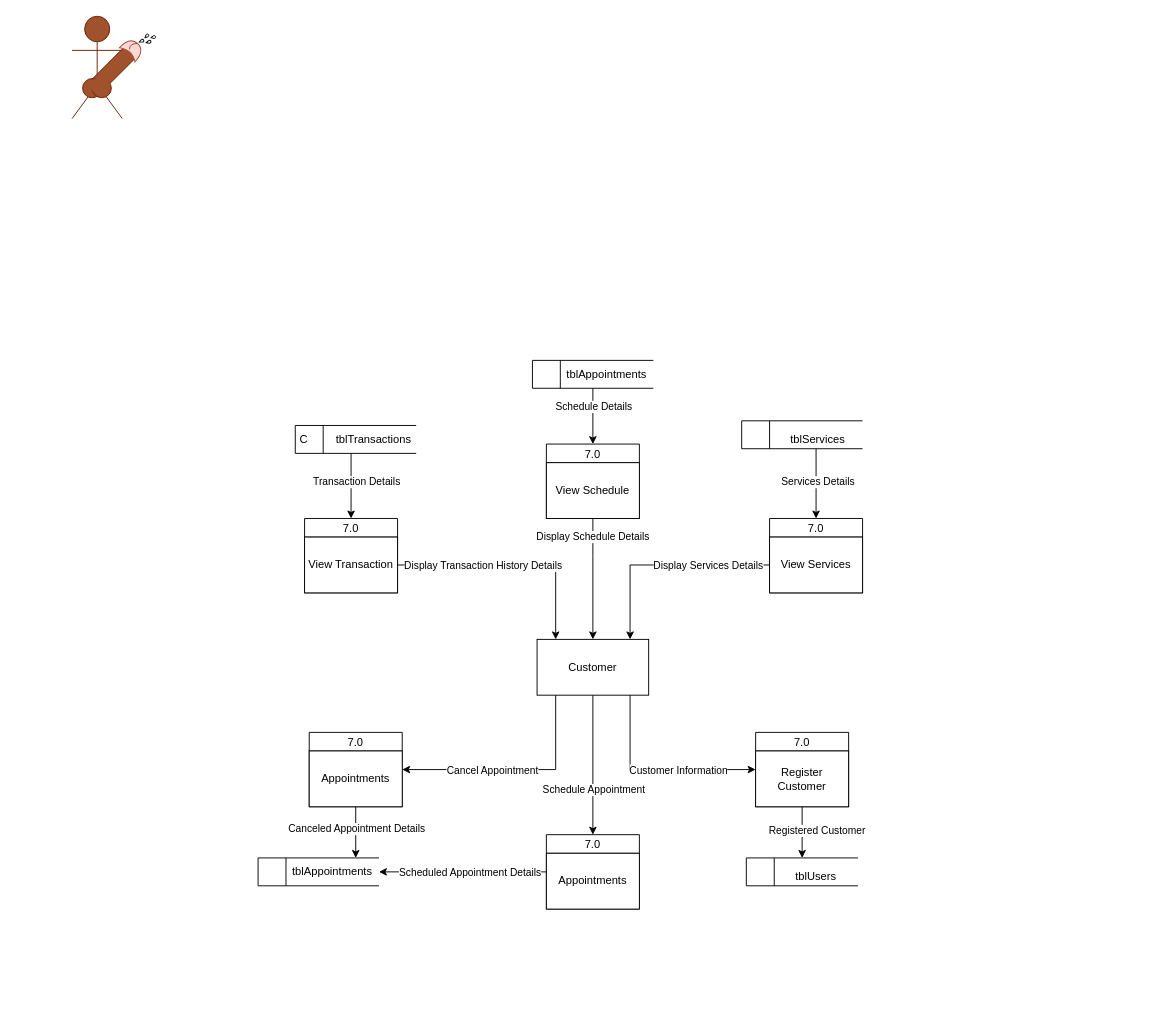
iampotato16/AppointCut keeps this draw.io diagram as page "Customer" (4 of 5) of Diagrams/Data flow.drawio. Above is the earlier version. Source tidied: cells renumbered, new cells numbered last; positions are measured from the earlier drawing's top-left corner, leaving out a move shared by most shapes. Both pictures are drawn from the tidied source at 93%, with x=0, y=0 at pixel (72, 16).
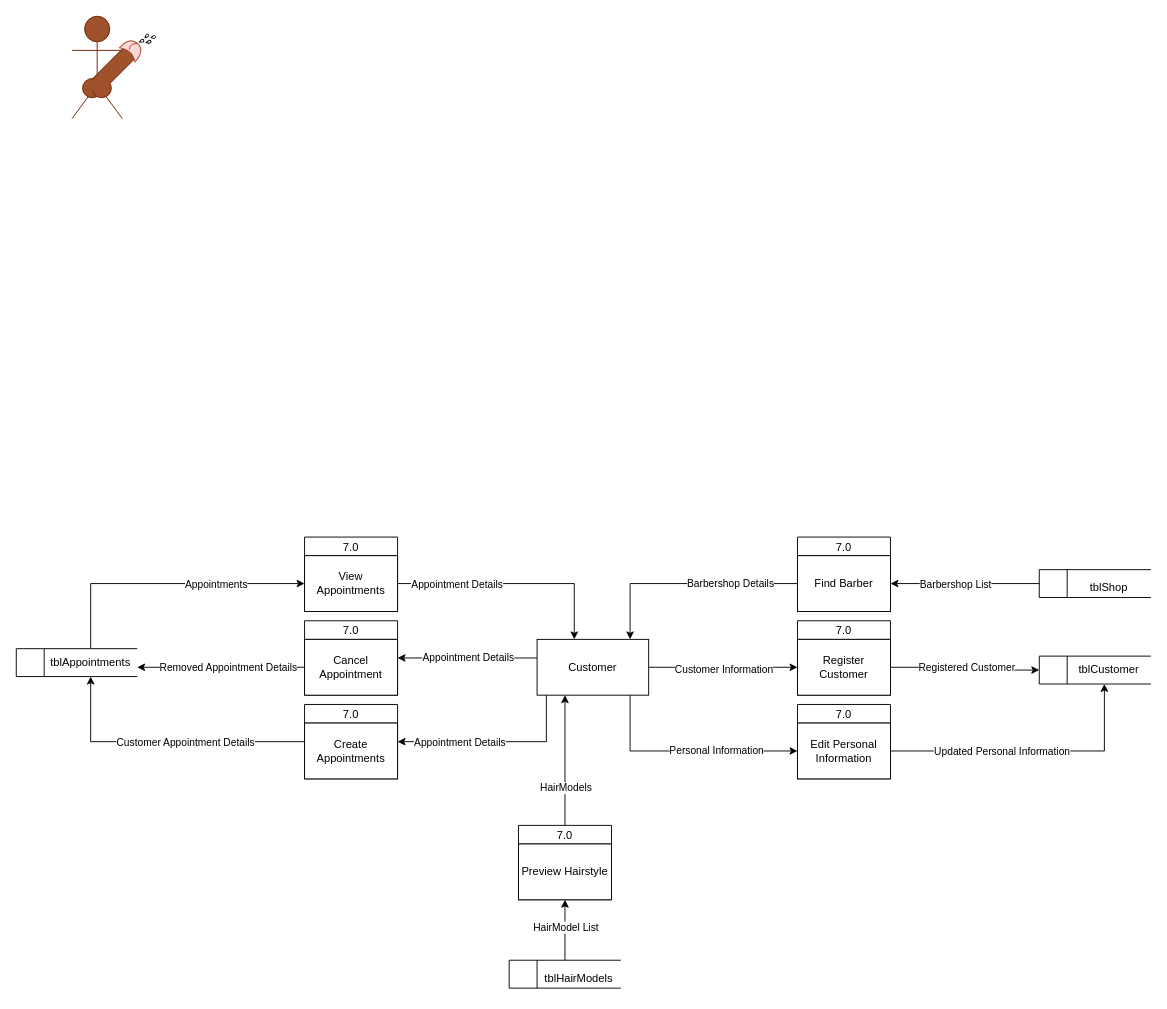
The same diagram, later.

Unchanged cells that the change refers to:
```xml
<mxCell id="21" value="&lt;div&gt;Customer&lt;/div&gt;" style="rounded=0;whiteSpace=wrap;html=1;" parent="1" vertex="1">
  <mxGeometry x="500" y="670" width="120" height="60" as="geometry" />
</mxCell>
<mxCell id="49" value="Register Customer" style="rounded=0;whiteSpace=wrap;html=1;" parent="48" vertex="1">
  <mxGeometry y="20" width="100" height="60" as="geometry" />
</mxCell>
<mxCell id="59" value="tblAppointments" style="text;html=1;strokeColor=none;fillColor=none;align=center;verticalAlign=middle;whiteSpace=wrap;rounded=0;sketch=0;" parent="57" vertex="1">
  <mxGeometry x="30" width="100" height="30" as="geometry" />
</mxCell>
```

The edit, as a diff of the source:
```diff
@@
+    <mxCell id="53" style="html=1;dashed=0;whitespace=wrap;shape=mxgraph.dfd.dataStoreID;align=left;spacingLeft=3;points=[[0,0],[0.5,0],[1,0],[0,0.5],[1,0.5],[0,1],[0.5,1],[1,1]];sketch=0;" parent="1" vertex="1">
+      <mxGeometry x="1040" y="688" width="120" height="30" as="geometry" />
+    </mxCell>
@@
     <mxCell id="15" style="edgeStyle=orthogonalEdgeStyle;rounded=0;jettySize=auto;html=1;" parent="1" edge="1" source="21" target="48">
       <mxGeometry relative="1" as="geometry">
         <Array as="points">
-          <mxPoint x="600" y="810" />
+          <mxPoint x="780" y="700" />
+          <mxPoint x="780" y="700" />
         </Array>
       </mxGeometry>
     </mxCell>
     <mxCell id="16" value="Customer Information" style="edgeLabel;html=1;align=center;verticalAlign=middle;" parent="15" vertex="1">
       <mxGeometry x="-0.19" relative="1" as="geometry">
-        <mxPoint x="44" as="offset" />
+        <mxPoint x="15" y="2" as="offset" />
       </mxGeometry>
     </mxCell>
     <mxCell id="17" style="edgeStyle=orthogonalEdgeStyle;rounded=0;jettySize=auto;html=1;" parent="1" edge="1" source="21" target="55">
       <mxGeometry relative="1" as="geometry">
         <Array as="points">
-          <mxPoint x="560" y="730" />
+          <mxPoint x="510" y="780" />
         </Array>
       </mxGeometry>
     </mxCell>
-    <mxCell id="18" value="Schedule Appointment" style="edgeLabel;html=1;align=center;verticalAlign=middle;" parent="17" vertex="1">
+    <mxCell id="18" value="Appointment Details" style="edgeLabel;html=1;align=center;verticalAlign=middle;" parent="17" vertex="1">
       <mxGeometry x="-0.27" relative="1" as="geometry">
-        <mxPoint y="46" as="offset" />
+        <mxPoint x="-67" as="offset" />
       </mxGeometry>
     </mxCell>
-    <mxCell id="19" style="edgeStyle=orthogonalEdgeStyle;rounded=0;jettySize=auto;html=1;" parent="1" edge="1" source="21" target="62">
-      <mxGeometry relative="1" as="geometry">
+    <mxCell id="19" value="Appointment Details" style="edgeStyle=orthogonalEdgeStyle;rounded=0;jettySize=auto;html=1;" parent="1" edge="1" source="21" target="62">
+      <mxGeometry x="-0.03" relative="1" as="geometry">
         <Array as="points">
-          <mxPoint x="520" y="810" />
+          <mxPoint x="420" y="690" />
+          <mxPoint x="420" y="690" />
         </Array>
+        <mxPoint x="-1" as="offset" />
       </mxGeometry>
     </mxCell>
-    <mxCell id="20" value="Cancel Appointment" style="edgeLabel;html=1;align=center;verticalAlign=middle;" parent="19" vertex="1">
-      <mxGeometry x="0.13" y="1" relative="1" as="geometry">
-        <mxPoint x="-11" y="-1" as="offset" />
-      </mxGeometry>
-    </mxCell>
+    <mxCell id="66" value="Barbershop Details" style="edgeStyle=orthogonalEdgeStyle;rounded=0;jettySize=auto;html=1;endArrow=none;endFill=0;startArrow=classic;startFill=1;" parent="1" edge="1" source="21" target="72">
+      <mxGeometry x="0.4" relative="1" as="geometry">
+        <Array as="points">
+          <mxPoint x="600" y="610" />
+        </Array>
+      </mxGeometry>
+    </mxCell>
+    <mxCell id="67" style="edgeStyle=orthogonalEdgeStyle;rounded=0;jettySize=auto;html=1;startArrow=none;startFill=0;endArrow=classic;endFill=1;" parent="1" edge="1" source="21" target="80">
+      <mxGeometry relative="1" as="geometry">
+        <Array as="points">
+          <mxPoint x="600" y="790" />
+        </Array>
+      </mxGeometry>
+    </mxCell>
@@
-    <mxCell id="22" value="7.0" style="swimlane;fontStyle=0;horizontal=1;startSize=20;fillColor=#ffffff;swimlaneFillColor=#ffffff;" parent="1" vertex="1">
-      <mxGeometry x="510" y="460" width="100" height="80" as="geometry" />
-    </mxCell>
-    <mxCell id="23" style="group;" parent="1" vertex="1">
-      <mxGeometry x="495" y="370" width="130" height="30" as="geometry" />
-    </mxCell>
-    <mxCell id="24" style="html=1;dashed=0;whitespace=wrap;shape=mxgraph.dfd.dataStoreID;align=left;spacingLeft=3;sketch=0;" parent="23" vertex="1">
-      <mxGeometry width="130" height="30" as="geometry" />
-    </mxCell>
-    <mxCell id="25" value="tblAppointments" style="text;html=1;strokeColor=none;fillColor=none;align=center;verticalAlign=middle;whiteSpace=wrap;rounded=0;sketch=0;" parent="23" vertex="1">
-      <mxGeometry x="30" width="100" height="30" as="geometry" />
-    </mxCell>
-    <mxCell id="26" value="View Schedule" style="rounded=0;whiteSpace=wrap;html=1;" parent="1" vertex="1">
-      <mxGeometry x="510" y="480" width="100" height="60" as="geometry" />
-    </mxCell>
-    <mxCell id="27" style="edgeStyle=orthogonalEdgeStyle;rounded=0;jettySize=auto;html=1;" parent="1" edge="1" source="25" target="22">
-      <mxGeometry relative="1" as="geometry">
-        <Array as="points">
-          <mxPoint x="560" y="420" />
-          <mxPoint x="560" y="420" />
-        </Array>
-      </mxGeometry>
-    </mxCell>
-    <mxCell id="28" value="Schedule Details" style="edgeLabel;html=1;align=center;verticalAlign=middle;" parent="27" vertex="1">
-      <mxGeometry x="0.33" y="1" relative="1" as="geometry">
-        <mxPoint x="-1" y="-21" as="offset" />
-      </mxGeometry>
-    </mxCell>
-    <mxCell id="29" value="Display Schedule Details" style="edgeStyle=orthogonalEdgeStyle;rounded=0;jettySize=auto;html=1;" parent="1" edge="1" source="26" target="21">
-      <mxGeometry x="-0.69" relative="1" as="geometry">
-        <Array as="points">
-          <mxPoint x="560" y="580" />
-          <mxPoint x="560" y="580" />
-        </Array>
-      </mxGeometry>
-    </mxCell>
-    <mxCell id="30" style="group;" parent="1" vertex="1">
-      <mxGeometry x="720" y="440" width="130" height="30" as="geometry" />
-    </mxCell>
-    <mxCell id="31" style="html=1;dashed=0;whitespace=wrap;shape=mxgraph.dfd.dataStoreID;align=left;spacingLeft=3;points=[[0,0],[0.5,0],[1,0],[0,0.5],[1,0.5],[0,1],[0.5,1],[1,1]];sketch=0;" parent="30" vertex="1">
-      <mxGeometry y="-5" width="130" height="30" as="geometry" />
-    </mxCell>
-    <mxCell id="32" value="tblServices" style="text;html=1;strokeColor=none;fillColor=none;align=center;verticalAlign=middle;whiteSpace=wrap;rounded=0;sketch=0;" parent="30" vertex="1">
-      <mxGeometry x="32.5" width="97.5" height="30" as="geometry" />
-    </mxCell>
-    <mxCell id="33" value="7.0" style="swimlane;fontStyle=0;horizontal=1;startSize=20;fillColor=#ffffff;swimlaneFillColor=#ffffff;" parent="1" vertex="1">
-      <mxGeometry x="750" y="540" width="100" height="80" as="geometry" />
-    </mxCell>
-    <mxCell id="34" style="edgeStyle=orthogonalEdgeStyle;rounded=0;jettySize=auto;html=1;" parent="1" edge="1" source="36" target="21">
-      <mxGeometry relative="1" as="geometry">
-        <Array as="points">
-          <mxPoint x="600" y="590" />
-        </Array>
-      </mxGeometry>
-    </mxCell>
-    <mxCell id="35" value="Display Services Details" style="edgeLabel;html=1;align=center;verticalAlign=middle;" parent="34" vertex="1">
-      <mxGeometry x="-0.58" relative="1" as="geometry">
-        <mxPoint x="-19" as="offset" />
-      </mxGeometry>
-    </mxCell>
-    <mxCell id="36" value="View Services" style="rounded=0;whiteSpace=wrap;html=1;" parent="1" vertex="1">
-      <mxGeometry x="750" y="560" width="100" height="60" as="geometry" />
-    </mxCell>
-    <mxCell id="37" style="edgeStyle=orthogonalEdgeStyle;rounded=0;jettySize=auto;html=1;" parent="1" edge="1" source="31" target="33">
-      <mxGeometry relative="1" as="geometry">
-        <Array as="points">
-          <mxPoint x="800" y="490" />
-          <mxPoint x="800" y="490" />
-        </Array>
-      </mxGeometry>
-    </mxCell>
-    <mxCell id="38" value="Services Details" style="edgeLabel;html=1;align=center;verticalAlign=middle;" parent="37" vertex="1">
-      <mxGeometry x="-0.36" y="-1" relative="1" as="geometry">
-        <mxPoint x="2" y="11" as="offset" />
-      </mxGeometry>
-    </mxCell>
-    <mxCell id="39" style="group;" parent="1" vertex="1">
-      <mxGeometry x="240" y="440" width="130" height="30" as="geometry" />
-    </mxCell>
-    <mxCell id="40" value="C" style="html=1;dashed=0;whitespace=wrap;shape=mxgraph.dfd.dataStoreID;align=left;spacingLeft=3;sketch=0;" parent="39" vertex="1">
-      <mxGeometry width="130" height="30" as="geometry" />
-    </mxCell>
-    <mxCell id="41" value="tblTransactions" style="text;html=1;strokeColor=none;fillColor=none;align=center;verticalAlign=middle;whiteSpace=wrap;rounded=0;sketch=0;" parent="39" vertex="1">
-      <mxGeometry x="39" width="91" height="30" as="geometry" />
-    </mxCell>
     <mxCell id="42" value="7.0" style="swimlane;fontStyle=0;horizontal=1;startSize=20;fillColor=#ffffff;swimlaneFillColor=#ffffff;" parent="1" vertex="1">
-      <mxGeometry x="250" y="540" width="100" height="80" as="geometry" />
+      <mxGeometry x="250" y="560" width="100" height="80" as="geometry" />
     </mxCell>
-    <mxCell id="43" value="View Transaction" style="rounded=0;whiteSpace=wrap;html=1;" parent="42" vertex="1">
+    <mxCell id="43" value="View Appointments" style="rounded=0;whiteSpace=wrap;html=1;" parent="42" vertex="1">
       <mxGeometry y="20" width="100" height="60" as="geometry" />
     </mxCell>
-    <mxCell id="44" style="edgeStyle=orthogonalEdgeStyle;rounded=0;jettySize=auto;html=1;" parent="1" edge="1" source="41" target="42">
+    <mxCell id="44" style="edgeStyle=orthogonalEdgeStyle;rounded=0;jettySize=auto;html=1;" parent="1" edge="1" source="59" target="42">
       <mxGeometry relative="1" as="geometry">
         <Array as="points">
-          <mxPoint x="300" y="490" />
-          <mxPoint x="300" y="490" />
+          <mxPoint x="20" y="610" />
         </Array>
       </mxGeometry>
     </mxCell>
-    <mxCell id="45" value="Transaction Details" style="edgeLabel;html=1;align=center;verticalAlign=middle;" parent="44" vertex="1">
+    <mxCell id="45" value="Appointments" style="edgeLabel;html=1;align=center;verticalAlign=middle;" parent="44" vertex="1">
       <mxGeometry x="-0.34" relative="1" as="geometry">
-        <mxPoint x="5" y="7" as="offset" />
+        <mxPoint x="105" as="offset" />
       </mxGeometry>
     </mxCell>
     <mxCell id="46" style="edgeStyle=orthogonalEdgeStyle;rounded=0;jettySize=auto;html=1;" parent="1" edge="1" source="43" target="21">
       <mxGeometry relative="1" as="geometry">
         <Array as="points">
-          <mxPoint x="520" y="590" />
+          <mxPoint x="540" y="610" />
         </Array>
       </mxGeometry>
     </mxCell>
-    <mxCell id="47" value="Display Transaction History Details" style="edgeLabel;html=1;align=center;verticalAlign=middle;" parent="46" vertex="1">
-      <mxGeometry x="-0.42" y="-1" relative="1" as="geometry">
-        <mxPoint x="18" y="-1" as="offset" />
-      </mxGeometry>
-    </mxCell>
+    <mxCell id="68" value="Appointment Details" style="edgeLabel;html=1;align=center;verticalAlign=middle;" parent="46" vertex="1">
+      <mxGeometry x="-0.26" relative="1" as="geometry">
+        <mxPoint x="-30" as="offset" />
+      </mxGeometry>
+    </mxCell>
     <mxCell id="48" value="7.0" style="swimlane;fontStyle=0;horizontal=1;startSize=20;fillColor=#ffffff;swimlaneFillColor=#ffffff;" parent="1" vertex="1">
-      <mxGeometry x="735" y="770" width="100" height="80" as="geometry" />
+      <mxGeometry x="780" y="650" width="100" height="80" as="geometry" />
     </mxCell>
@@
-    <mxCell id="50" style="edgeStyle=orthogonalEdgeStyle;rounded=0;jettySize=auto;html=1;" parent="1" edge="1" source="49" target="53">
+    <mxCell id="50" style="edgeStyle=orthogonalEdgeStyle;rounded=0;jettySize=auto;html=1;entryX=0;entryY=0.5;entryDx=0;entryDy=0;" parent="1" edge="1" source="49" target="53">
       <mxGeometry relative="1" as="geometry" />
     </mxCell>
@@
-    <mxCell id="52" style="group;" parent="1" vertex="1">
-      <mxGeometry x="725" y="910" width="120" height="30" as="geometry" />
-    </mxCell>
-    <mxCell id="53" style="html=1;dashed=0;whitespace=wrap;shape=mxgraph.dfd.dataStoreID;align=left;spacingLeft=3;points=[[0,0],[0.5,0],[1,0],[0,0.5],[1,0.5],[0,1],[0.5,1],[1,1]];sketch=0;" parent="52" vertex="1">
-      <mxGeometry y="-5" width="120" height="30" as="geometry" />
-    </mxCell>
-    <mxCell id="54" value="tblUsers" style="text;html=1;strokeColor=none;fillColor=none;align=center;verticalAlign=middle;whiteSpace=wrap;rounded=0;sketch=0;" parent="52" vertex="1">
-      <mxGeometry x="30" width="90" height="30" as="geometry" />
-    </mxCell>
     <mxCell id="55" value="7.0" style="swimlane;fontStyle=0;horizontal=1;startSize=20;fillColor=#ffffff;swimlaneFillColor=#ffffff;" parent="1" vertex="1">
-      <mxGeometry x="510" y="880" width="100" height="80" as="geometry" />
+      <mxGeometry x="250" y="740" width="100" height="80" as="geometry" />
     </mxCell>
-    <mxCell id="56" value="Appointments" style="rounded=0;whiteSpace=wrap;html=1;" parent="55" vertex="1">
+    <mxCell id="56" value="Create Appointments" style="rounded=0;whiteSpace=wrap;html=1;" parent="55" vertex="1">
       <mxGeometry y="20" width="100" height="60" as="geometry" />
     </mxCell>
     <mxCell id="57" style="group;" parent="1" vertex="1">
-      <mxGeometry x="200" y="905" width="130" height="30" as="geometry" />
+      <mxGeometry x="-60" y="680" width="130" height="30" as="geometry" />
     </mxCell>
@@
     <mxCell id="60" style="edgeStyle=orthogonalEdgeStyle;rounded=0;jettySize=auto;html=1;" parent="1" edge="1" source="56" target="59">
       <mxGeometry relative="1" as="geometry">
         <Array as="points">
-          <mxPoint x="440" y="920" />
-          <mxPoint x="440" y="920" />
+          <mxPoint x="20" y="780" />
         </Array>
       </mxGeometry>
     </mxCell>
-    <mxCell id="61" value="Scheduled Appointment Details" style="edgeLabel;html=1;align=center;verticalAlign=middle;" parent="60" vertex="1">
+    <mxCell id="61" value="Customer Appointment Details" style="edgeLabel;html=1;align=center;verticalAlign=middle;" parent="60" vertex="1">
       <mxGeometry x="-0.34" y="1" relative="1" as="geometry">
-        <mxPoint x="-24" y="-1" as="offset" />
+        <mxPoint x="-30" y="-1" as="offset" />
       </mxGeometry>
     </mxCell>
     <mxCell id="62" value="7.0" style="swimlane;fontStyle=0;horizontal=1;startSize=20;fillColor=#ffffff;swimlaneFillColor=#ffffff;" parent="1" vertex="1">
-      <mxGeometry x="255" y="770" width="100" height="80" as="geometry" />
+      <mxGeometry x="250" y="650" width="100" height="80" as="geometry" />
     </mxCell>
-    <mxCell id="63" value="Appointments" style="rounded=0;whiteSpace=wrap;html=1;" parent="62" vertex="1">
+    <mxCell id="63" value="Cancel Appointment" style="rounded=0;whiteSpace=wrap;html=1;" parent="62" vertex="1">
       <mxGeometry y="20" width="100" height="60" as="geometry" />
     </mxCell>
     <mxCell id="64" style="edgeStyle=orthogonalEdgeStyle;rounded=0;jettySize=auto;html=1;" parent="1" edge="1" source="63" target="59">
       <mxGeometry relative="1" as="geometry">
         <Array as="points">
-          <mxPoint x="305" y="900" />
-          <mxPoint x="305" y="900" />
+          <mxPoint x="20" y="690" />
         </Array>
       </mxGeometry>
     </mxCell>
-    <mxCell id="65" value="Canceled Appointment Details" style="edgeLabel;html=1;align=center;verticalAlign=middle;" parent="64" vertex="1">
-      <mxGeometry x="-0.15" relative="1" as="geometry" />
+    <mxCell id="65" value="Removed Appointment Details&lt;br&gt;" style="edgeLabel;html=1;align=center;verticalAlign=middle;" parent="64" vertex="1">
+      <mxGeometry x="-0.15" relative="1" as="geometry">
+        <mxPoint x="-6" as="offset" />
+      </mxGeometry>
     </mxCell>
+    <mxCell id="69" style="edgeStyle=orthogonalEdgeStyle;rounded=0;jettySize=auto;html=1;startArrow=none;startFill=0;endArrow=classic;endFill=1;" parent="1" edge="1" source="80" target="53">
+      <mxGeometry relative="1" as="geometry">
+        <Array as="points">
+          <mxPoint x="1110" y="790" />
+        </Array>
+      </mxGeometry>
+    </mxCell>
+    <mxCell id="70" value="Updated Personal Information" style="edgeLabel;html=1;align=center;verticalAlign=middle;" parent="69" vertex="1">
+      <mxGeometry x="0.29" y="-2" relative="1" as="geometry">
+        <mxPoint x="-76" y="-2" as="offset" />
+      </mxGeometry>
+    </mxCell>
+    <mxCell id="71" value="7.0" style="swimlane;fontStyle=0;horizontal=1;startSize=20;fillColor=#ffffff;swimlaneFillColor=#ffffff;" parent="1" vertex="1">
+      <mxGeometry x="780" y="560" width="100" height="80" as="geometry" />
+    </mxCell>
+    <mxCell id="72" value="Find Barber" style="rounded=0;whiteSpace=wrap;html=1;" parent="71" vertex="1">
+      <mxGeometry y="20" width="100" height="60" as="geometry" />
+    </mxCell>
+    <mxCell id="73" style="group;" parent="1" vertex="1">
+      <mxGeometry x="1040" y="600" width="120" height="30" as="geometry" />
+    </mxCell>
+    <mxCell id="74" style="html=1;dashed=0;whitespace=wrap;shape=mxgraph.dfd.dataStoreID;align=left;spacingLeft=3;points=[[0,0],[0.5,0],[1,0],[0,0.5],[1,0.5],[0,1],[0.5,1],[1,1]];sketch=0;" parent="73" vertex="1">
+      <mxGeometry y="-5" width="120" height="30" as="geometry" />
+    </mxCell>
+    <mxCell id="75" value="tblShop" style="text;html=1;strokeColor=none;fillColor=none;align=center;verticalAlign=middle;whiteSpace=wrap;rounded=0;sketch=0;" parent="73" vertex="1">
+      <mxGeometry x="30" width="90" height="30" as="geometry" />
+    </mxCell>
+    <mxCell id="76" style="edgeStyle=orthogonalEdgeStyle;rounded=0;jettySize=auto;html=1;endArrow=none;endFill=0;startArrow=classic;startFill=1;" parent="1" edge="1" source="71" target="74">
+      <mxGeometry relative="1" as="geometry">
+        <Array as="points">
+          <mxPoint x="920" y="610" />
+          <mxPoint x="920" y="610" />
+        </Array>
+      </mxGeometry>
+    </mxCell>
+    <mxCell id="77" value="Barbershop List" style="edgeLabel;html=1;align=center;verticalAlign=middle;" parent="76" vertex="1">
+      <mxGeometry x="0.33" y="-2" relative="1" as="geometry">
+        <mxPoint x="-37" y="-2" as="offset" />
+      </mxGeometry>
+    </mxCell>
+    <mxCell id="78" value="Personal Information" style="edgeLabel;html=1;align=center;verticalAlign=middle;" parent="1" vertex="1">
+      <mxGeometry x="443.7" y="580.1" as="geometry">
+        <mxPoint x="249" y="209" as="offset" />
+      </mxGeometry>
+    </mxCell>
+    <mxCell id="79" value="7.0" style="swimlane;fontStyle=0;horizontal=1;startSize=20;fillColor=#ffffff;swimlaneFillColor=#ffffff;" parent="1" vertex="1">
+      <mxGeometry x="780" y="740" width="100" height="80" as="geometry" />
+    </mxCell>
+    <mxCell id="80" value="Edit Personal Information" style="rounded=0;whiteSpace=wrap;html=1;" parent="79" vertex="1">
+      <mxGeometry y="20" width="100" height="60" as="geometry" />
+    </mxCell>
+    <mxCell id="81" value="7.0" style="swimlane;fontStyle=0;horizontal=1;startSize=20;fillColor=#ffffff;swimlaneFillColor=#ffffff;" parent="1" vertex="1">
+      <mxGeometry x="480" y="870" width="100" height="80" as="geometry" />
+    </mxCell>
+    <mxCell id="82" value="Preview Hairstyle" style="rounded=0;whiteSpace=wrap;html=1;" parent="81" vertex="1">
+      <mxGeometry y="20" width="100" height="60" as="geometry" />
+    </mxCell>
+    <mxCell id="83" style="group;" parent="1" vertex="1">
+      <mxGeometry x="470" y="1020" width="120" height="30" as="geometry" />
+    </mxCell>
+    <mxCell id="84" style="html=1;dashed=0;whitespace=wrap;shape=mxgraph.dfd.dataStoreID;align=left;spacingLeft=3;points=[[0,0],[0.5,0],[1,0],[0,0.5],[1,0.5],[0,1],[0.5,1],[1,1]];sketch=0;" parent="83" vertex="1">
+      <mxGeometry y="-5" width="120" height="30" as="geometry" />
+    </mxCell>
+    <mxCell id="85" value="tblHairModels" style="text;html=1;strokeColor=none;fillColor=none;align=center;verticalAlign=middle;whiteSpace=wrap;rounded=0;sketch=0;" parent="83" vertex="1">
+      <mxGeometry x="30" width="90" height="30" as="geometry" />
+    </mxCell>
+    <mxCell id="86" style="edgeStyle=orthogonalEdgeStyle;rounded=0;jettySize=auto;html=1;startArrow=none;startFill=0;endArrow=classic;endFill=1;" parent="1" edge="1" source="84" target="82">
+      <mxGeometry relative="1" as="geometry" />
+    </mxCell>
+    <mxCell id="87" value="HairModel List" style="edgeLabel;html=1;align=center;verticalAlign=middle;" parent="86" vertex="1">
+      <mxGeometry x="0.17" y="-2" relative="1" as="geometry">
+        <mxPoint x="-2" y="2" as="offset" />
+      </mxGeometry>
+    </mxCell>
+    <mxCell id="88" style="edgeStyle=orthogonalEdgeStyle;rounded=0;jettySize=auto;html=1;startArrow=classic;startFill=1;endArrow=none;endFill=0;" parent="1" edge="1" source="21" target="81">
+      <mxGeometry relative="1" as="geometry">
+        <Array as="points">
+          <mxPoint x="530" y="800" />
+          <mxPoint x="530" y="800" />
+        </Array>
+      </mxGeometry>
+    </mxCell>
+    <mxCell id="89" value="HairModels" style="edgeLabel;html=1;align=center;verticalAlign=middle;" parent="88" vertex="1">
+      <mxGeometry x="0.39" relative="1" as="geometry">
+        <mxPoint y="2" as="offset" />
+      </mxGeometry>
+    </mxCell>
+    <mxCell id="54" value="tblCustomer" style="text;html=1;strokeColor=none;fillColor=none;align=center;verticalAlign=middle;whiteSpace=wrap;rounded=0;sketch=0;" parent="1" vertex="1">
+      <mxGeometry x="1070" y="688" width="90" height="30" as="geometry" />
+    </mxCell>
```
